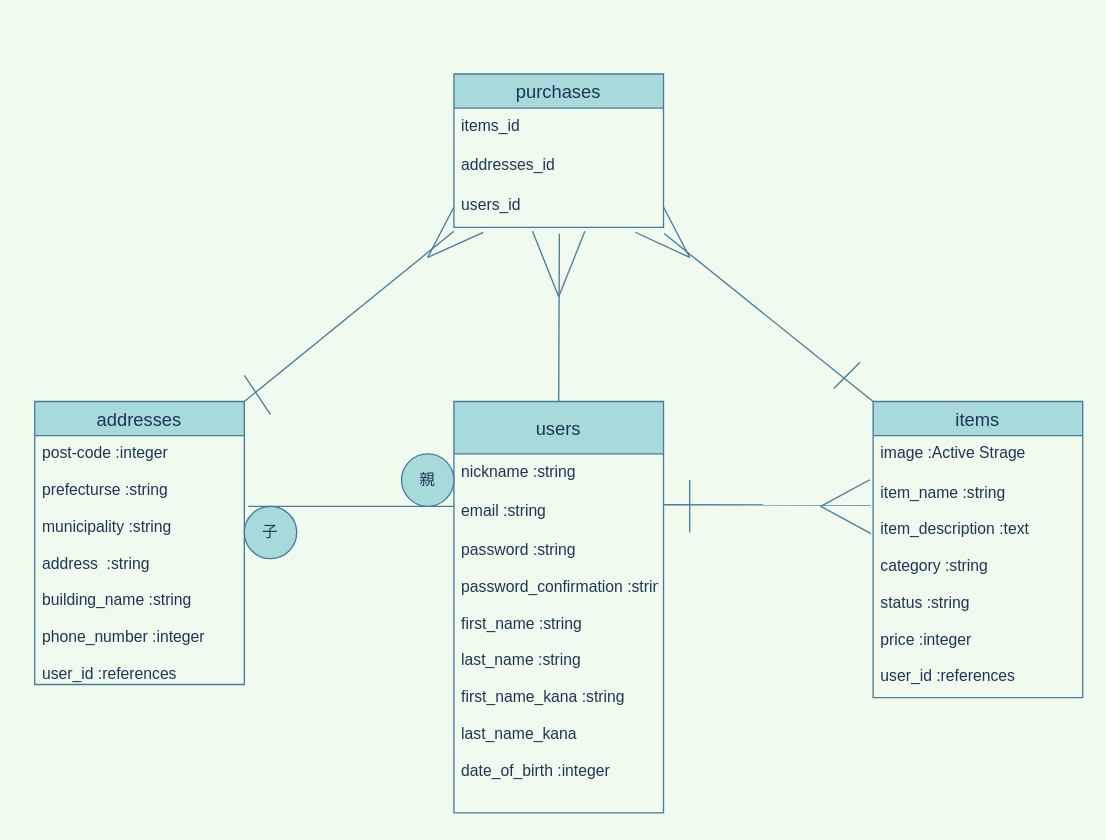
This is furima.dio from shincho0922/furima-34861, a draw.io file, before an edit. Source tidied: cells renumbered, new cells numbered last; positions are measured from the earlier drawing's top-left corner, leaving out a move shared by most shapes. Both pictures are drawn from the tidied source at 131%, with x=0, y=0 at pixel (34, 73).
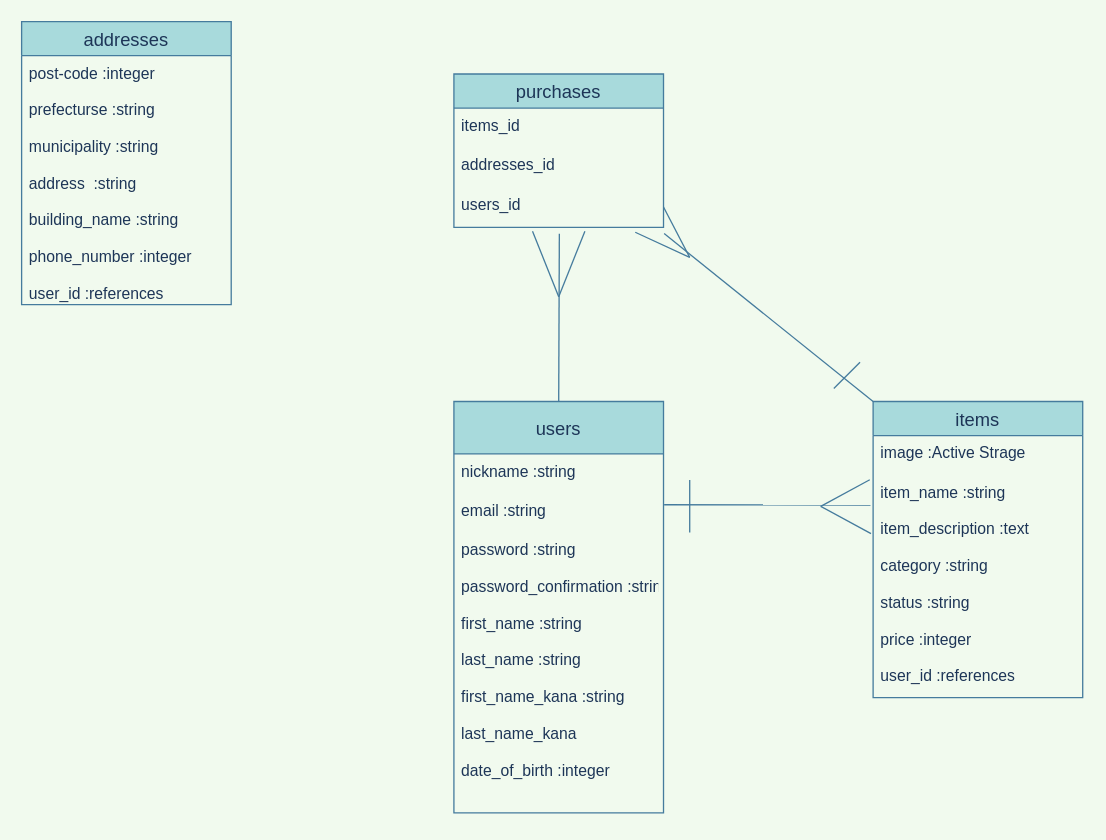
After the change.

Commit message (it also covers changes not shown here):
再度指摘事項の修正

Unchanged cells that the change refers to:
```xml
<mxCell id="5" value="users_id" style="text;strokeColor=none;fillColor=none;spacingLeft=4;spacingRight=4;overflow=hidden;points=[[0,0.5],[1,0.5]];portConstraint=eastwest;fontSize=12;fontColor=#1D3557;" parent="2" vertex="1">
  <mxGeometry y="86" width="160" height="31" as="geometry" />
</mxCell>
```

The edit, as a diff of the source:
```diff
@@
     <mxCell id="6" value="addresses" style="swimlane;fontStyle=0;horizontal=1;startSize=26;align=center;fontSize=14;fillColor=#A8DADC;strokeColor=#457B9D;fontColor=#1D3557;" parent="1" vertex="1">
-      <mxGeometry y="250" width="160" height="216" as="geometry" />
+      <mxGeometry x="-10" y="-40" width="160" height="216" as="geometry" />
     </mxCell>
@@
-    <mxCell id="15" style="endArrow=none;html=1;rounded=0;sourcePerimeterSpacing=0;targetPerimeterSpacing=0;startSize=9;labelBackgroundColor=#F1FAEE;strokeColor=#457B9D;fontColor=#1D3557;" parent="1" edge="1">
-      <mxGeometry relative="1" as="geometry">
-        <mxPoint x="163" y="330" as="sourcePoint" />
-        <mxPoint x="320" y="330" as="targetPoint" />
-      </mxGeometry>
-    </mxCell>
@@
-    <mxCell id="22" style="endArrow=none;html=1;rounded=0;exitX=1;exitY=0;exitDx=0;exitDy=0;labelBackgroundColor=#F1FAEE;strokeColor=#457B9D;fontColor=#1D3557;" parent="1" edge="1" source="6">
-      <mxGeometry relative="1" as="geometry">
-        <mxPoint x="320" y="120" as="targetPoint" />
-      </mxGeometry>
-    </mxCell>
-    <mxCell id="23" style="endArrow=none;html=1;rounded=0;entryX=0.14;entryY=1.127;entryDx=0;entryDy=0;entryPerimeter=0;labelBackgroundColor=#F1FAEE;strokeColor=#457B9D;fontColor=#1D3557;" parent="1" edge="1" target="5">
-      <mxGeometry relative="1" as="geometry">
-        <mxPoint x="300" y="140" as="sourcePoint" />
-      </mxGeometry>
-    </mxCell>
-    <mxCell id="24" style="endArrow=none;html=1;rounded=0;entryX=0;entryY=0.5;entryDx=0;entryDy=0;labelBackgroundColor=#F1FAEE;strokeColor=#457B9D;fontColor=#1D3557;" parent="1" edge="1" target="5">
-      <mxGeometry relative="1" as="geometry">
-        <mxPoint x="300" y="140" as="sourcePoint" />
-      </mxGeometry>
-    </mxCell>
@@
-    <mxCell id="26" style="endArrow=none;html=1;rounded=0;labelBackgroundColor=#F1FAEE;strokeColor=#457B9D;fontColor=#1D3557;" parent="1" edge="1">
-      <mxGeometry relative="1" as="geometry">
-        <mxPoint x="160" y="230" as="sourcePoint" />
-        <mxPoint x="180" y="260" as="targetPoint" />
-      </mxGeometry>
-    </mxCell>
@@
-    <mxCell id="31" value="&lt;span style=&quot;text-align: left&quot;&gt;親&lt;/span&gt;" style="ellipse;whiteSpace=wrap;html=1;align=center;strokeWidth=1;fillColor=#A8DADC;strokeColor=#457B9D;fontColor=#1D3557;" parent="1" vertex="1">
-      <mxGeometry x="280" y="290" width="40" height="40" as="geometry" />
-    </mxCell>
-    <mxCell id="32" value="子" style="ellipse;whiteSpace=wrap;html=1;align=center;strokeWidth=1;fillColor=#A8DADC;strokeColor=#457B9D;fontColor=#1D3557;" parent="1" vertex="1">
-      <mxGeometry x="160" y="330" width="40" height="40" as="geometry" />
-    </mxCell>
```
